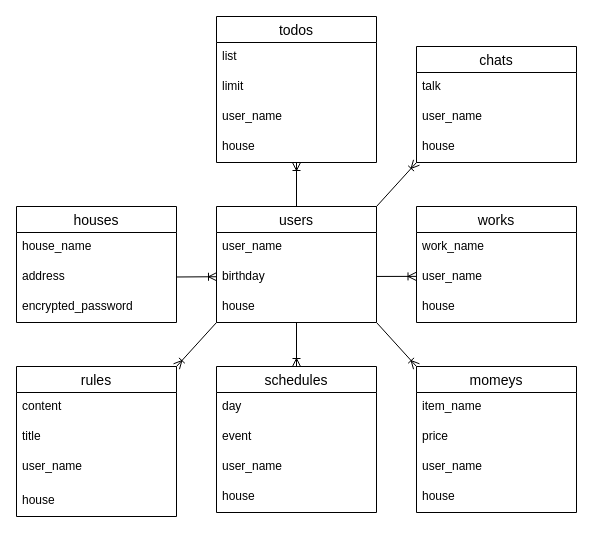
Above: ER.dio in umedayuuki/sharehouse-management (draw.io), before the change. Source tidied: cells renumbered, new cells numbered last; positions are measured from the earlier drawing's top-left corner, leaving out a move shared by most shapes. Both pictures are drawn from the tidied source at 100%, with x=0, y=0 at pixel (16, 16).
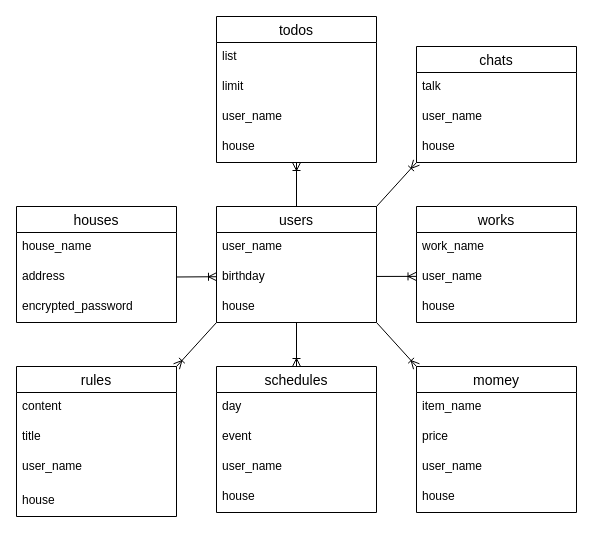
The same page after the edit.

Change to the diagram source:
```diff
@@
-    <mxCell id="10" value="momeys" style="swimlane;fontStyle=0;horizontal=1;startSize=26;align=center;fontSize=14;" parent="1" vertex="1">
+    <mxCell id="10" value="momey" style="swimlane;fontStyle=0;horizontal=1;startSize=26;align=center;fontSize=14;" parent="1" vertex="1">
       <mxGeometry x="400" y="350" width="160" height="146" as="geometry" />
     </mxCell>
```
